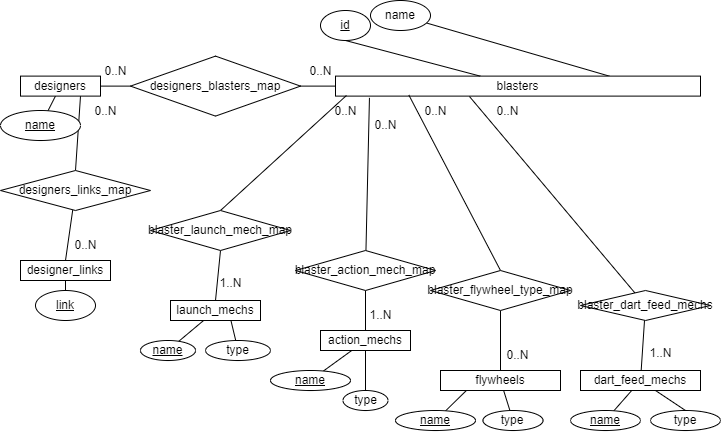
Above: docs/ERD.drawio.png in SabreBirdOne/BlasterBrowser (draw.io), before the change. Source tidied: cells renumbered, new cells last; positions are measured from the earlier drawing's top-left corner, leaving out a move shared by most shapes.
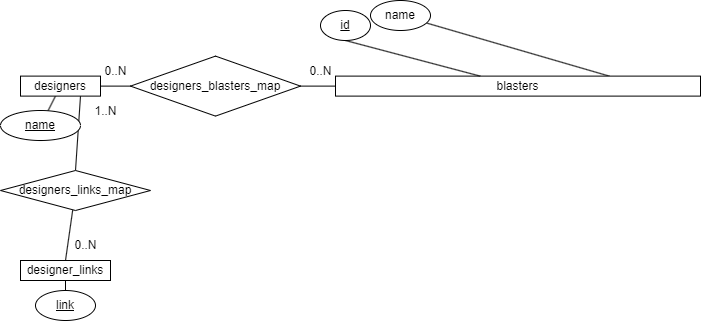
After the commit.

What changed in the source:
```diff
@@ -65,128 +65,8 @@
     <mxCell id="22" value="0..N" style="text;html=1;align=center;verticalAlign=middle;strokeColor=none;fillColor=none;" parent="1" vertex="1">
       <mxGeometry x="60" y="230" width="50" height="30" as="geometry" />
     </mxCell>
-    <mxCell id="23" value="0..N" style="text;html=1;align=center;verticalAlign=middle;strokeColor=none;fillColor=none;" parent="1" vertex="1">
+    <mxCell id="23" value="1..N" style="text;html=1;align=center;verticalAlign=middle;strokeColor=none;fillColor=none;" parent="1" vertex="1">
       <mxGeometry x="80" y="95.6" width="50" height="30" as="geometry" />
     </mxCell>
-    <mxCell id="24" style="rounded=0;jettySize=auto;html=1;endArrow=none;endFill=0;exitX=0.67;exitY=0.971;exitDx=0;exitDy=0;exitPerimeter=0;" parent="1" edge="1" source="26" target="27">
-      <mxGeometry relative="1" as="geometry" />
-    </mxCell>
-    <mxCell id="25" style="rounded=0;jettySize=auto;html=1;endArrow=none;endFill=0;" parent="1" edge="1" source="26" target="51">
-      <mxGeometry relative="1" as="geometry" />
-    </mxCell>
-    <mxCell id="26" value="launch_mechs" style="whiteSpace=wrap;html=1;" parent="1" vertex="1">
-      <mxGeometry x="170" y="300" width="90" height="20" as="geometry" />
-    </mxCell>
-    <mxCell id="27" value="type" style="ellipse;whiteSpace=wrap;html=1;" parent="1" vertex="1">
-      <mxGeometry x="205" y="340" width="65" height="20" as="geometry" />
-    </mxCell>
-    <mxCell id="28" style="rounded=0;jettySize=auto;html=1;entryX=0.5;entryY=0;entryDx=0;entryDy=0;endArrow=none;endFill=0;exitX=0.5;exitY=1;exitDx=0;exitDy=0;" parent="1" edge="1" source="30" target="26">
-      <mxGeometry relative="1" as="geometry" />
-    </mxCell>
-    <mxCell id="29" style="rounded=0;jettySize=auto;html=1;entryX=0.03;entryY=0.969;entryDx=0;entryDy=0;entryPerimeter=0;endArrow=none;endFill=0;exitX=0.5;exitY=0;exitDx=0;exitDy=0;" parent="1" edge="1" source="30" target="10">
-      <mxGeometry relative="1" as="geometry" />
-    </mxCell>
-    <mxCell id="30" value="blaster_launch_mech_map" style="rhombus;whiteSpace=wrap;html=1;" parent="1" vertex="1">
-      <mxGeometry x="150" y="210" width="140" height="40" as="geometry" />
-    </mxCell>
-    <mxCell id="31" style="rounded=0;jettySize=auto;html=1;endArrow=none;endFill=0;" parent="1" edge="1" source="33" target="34">
-      <mxGeometry relative="1" as="geometry" />
-    </mxCell>
-    <mxCell id="32" style="rounded=0;jettySize=auto;html=1;endArrow=none;endFill=0;" parent="1" edge="1" source="33" target="52">
-      <mxGeometry relative="1" as="geometry" />
-    </mxCell>
-    <mxCell id="33" value="action_mechs" style="whiteSpace=wrap;html=1;" parent="1" vertex="1">
-      <mxGeometry x="320" y="330" width="90" height="20" as="geometry" />
-    </mxCell>
-    <mxCell id="34" value="&lt;u&gt;name&lt;/u&gt;" style="ellipse;whiteSpace=wrap;html=1;" parent="1" vertex="1">
-      <mxGeometry x="270" y="370" width="80" height="20" as="geometry" />
-    </mxCell>
-    <mxCell id="35" value="1..N" style="text;html=1;align=center;verticalAlign=middle;strokeColor=none;fillColor=none;" parent="1" vertex="1">
-      <mxGeometry x="205" y="268" width="50" height="30" as="geometry" />
-    </mxCell>
-    <mxCell id="36" value="0..N" style="text;html=1;align=center;verticalAlign=middle;strokeColor=none;fillColor=none;" parent="1" vertex="1">
-      <mxGeometry x="320" y="95.6" width="50" height="30" as="geometry" />
-    </mxCell>
-    <mxCell id="37" style="rounded=0;jettySize=auto;html=1;entryX=0.5;entryY=0;entryDx=0;entryDy=0;endArrow=none;endFill=0;" parent="1" edge="1" source="39" target="33">
-      <mxGeometry relative="1" as="geometry" />
-    </mxCell>
-    <mxCell id="38" style="rounded=0;jettySize=auto;html=1;endArrow=none;endFill=0;entryX=0.093;entryY=1.087;entryDx=0;entryDy=0;entryPerimeter=0;" parent="1" edge="1" source="39" target="10">
-      <mxGeometry relative="1" as="geometry" />
-    </mxCell>
-    <mxCell id="39" value="blaster_action_mech_map" style="rhombus;whiteSpace=wrap;html=1;" parent="1" vertex="1">
-      <mxGeometry x="295" y="250" width="140" height="40" as="geometry" />
-    </mxCell>
-    <mxCell id="40" value="1..N" style="text;html=1;align=center;verticalAlign=middle;strokeColor=none;fillColor=none;" parent="1" vertex="1">
-      <mxGeometry x="355" y="300" width="50" height="30" as="geometry" />
-    </mxCell>
-    <mxCell id="41" value="0..N" style="text;html=1;align=center;verticalAlign=middle;strokeColor=none;fillColor=none;" parent="1" vertex="1">
-      <mxGeometry x="360" y="110" width="50" height="30" as="geometry" />
-    </mxCell>
-    <mxCell id="42" style="rounded=0;jettySize=auto;html=1;endArrow=none;endFill=0;exitX=0.212;exitY=1.022;exitDx=0;exitDy=0;exitPerimeter=0;" parent="1" edge="1" source="45" target="46">
-      <mxGeometry relative="1" as="geometry" />
-    </mxCell>
-    <mxCell id="43" style="rounded=0;jettySize=auto;html=1;entryX=0.5;entryY=1;entryDx=0;entryDy=0;endArrow=none;endFill=0;" parent="1" edge="1" source="45" target="48">
-      <mxGeometry relative="1" as="geometry" />
-    </mxCell>
-    <mxCell id="44" style="rounded=0;jettySize=auto;html=1;endArrow=none;endFill=0;" parent="1" edge="1" source="45" target="53">
-      <mxGeometry relative="1" as="geometry" />
-    </mxCell>
-    <mxCell id="45" value="flywheels" style="whiteSpace=wrap;html=1;" parent="1" vertex="1">
-      <mxGeometry x="440" y="370" width="120" height="20" as="geometry" />
-    </mxCell>
-    <mxCell id="46" value="&lt;u&gt;name&lt;/u&gt;" style="ellipse;whiteSpace=wrap;html=1;" parent="1" vertex="1">
-      <mxGeometry x="395" y="410" width="80" height="20" as="geometry" />
-    </mxCell>
-    <mxCell id="47" style="rounded=0;jettySize=auto;html=1;entryX=0.201;entryY=0.949;entryDx=0;entryDy=0;entryPerimeter=0;endArrow=none;endFill=0;exitX=0.5;exitY=0;exitDx=0;exitDy=0;" parent="1" edge="1" source="48" target="10">
-      <mxGeometry relative="1" as="geometry" />
-    </mxCell>
-    <mxCell id="48" value="blaster_flywheel_type_map" style="rhombus;whiteSpace=wrap;html=1;" parent="1" vertex="1">
-      <mxGeometry x="430" y="270" width="140" height="40" as="geometry" />
-    </mxCell>
-    <mxCell id="49" value="0..N" style="text;html=1;align=center;verticalAlign=middle;strokeColor=none;fillColor=none;" parent="1" vertex="1">
-      <mxGeometry x="410" y="95.6" width="50" height="30" as="geometry" />
-    </mxCell>
-    <mxCell id="50" value="0..N" style="text;html=1;align=center;verticalAlign=middle;strokeColor=none;fillColor=none;" parent="1" vertex="1">
-      <mxGeometry x="492.5" y="340" width="50" height="30" as="geometry" />
-    </mxCell>
-    <mxCell id="51" value="&lt;u&gt;name&lt;/u&gt;" style="ellipse;whiteSpace=wrap;html=1;" parent="1" vertex="1">
-      <mxGeometry x="140" y="340" width="55" height="20" as="geometry" />
-    </mxCell>
-    <mxCell id="52" value="type" style="ellipse;whiteSpace=wrap;html=1;" parent="1" vertex="1">
-      <mxGeometry x="342.5" y="390" width="45" height="20" as="geometry" />
-    </mxCell>
-    <mxCell id="53" value="type" style="ellipse;whiteSpace=wrap;html=1;" parent="1" vertex="1">
-      <mxGeometry x="482.5" y="410" width="60" height="20" as="geometry" />
-    </mxCell>
-    <mxCell id="54" style="rounded=0;jettySize=auto;html=1;endArrow=none;endFill=0;" parent="1" edge="1" source="57" target="58">
-      <mxGeometry relative="1" as="geometry" />
-    </mxCell>
-    <mxCell id="55" style="rounded=0;jettySize=auto;html=1;endArrow=none;endFill=0;entryX=0.5;entryY=0;entryDx=0;entryDy=0;" parent="1" edge="1" source="57" target="59">
-      <mxGeometry relative="1" as="geometry" />
-    </mxCell>
-    <mxCell id="56" style="rounded=0;jettySize=auto;html=1;endArrow=none;endFill=0;" parent="1" edge="1" source="57" target="61">
-      <mxGeometry relative="1" as="geometry" />
-    </mxCell>
-    <mxCell id="57" value="dart_feed_mechs" style="whiteSpace=wrap;html=1;" parent="1" vertex="1">
-      <mxGeometry x="580" y="370" width="120" height="20" as="geometry" />
-    </mxCell>
-    <mxCell id="58" value="&lt;u&gt;name&lt;/u&gt;" style="ellipse;whiteSpace=wrap;html=1;" parent="1" vertex="1">
-      <mxGeometry x="570" y="410" width="70" height="20" as="geometry" />
-    </mxCell>
-    <mxCell id="59" value="type" style="ellipse;whiteSpace=wrap;html=1;" parent="1" vertex="1">
-      <mxGeometry x="650" y="410" width="70" height="20" as="geometry" />
-    </mxCell>
-    <mxCell id="60" style="rounded=0;jettySize=auto;html=1;entryX=0.367;entryY=1.018;entryDx=0;entryDy=0;entryPerimeter=0;endArrow=none;endFill=0;" parent="1" edge="1" source="61" target="10">
-      <mxGeometry relative="1" as="geometry" />
-    </mxCell>
-    <mxCell id="61" value="blaster_dart_feed_mechs" style="rhombus;whiteSpace=wrap;html=1;" parent="1" vertex="1">
-      <mxGeometry x="580" y="290" width="130" height="30" as="geometry" />
-    </mxCell>
-    <mxCell id="62" value="1..N" style="text;html=1;align=center;verticalAlign=middle;strokeColor=none;fillColor=none;" parent="1" vertex="1">
-      <mxGeometry x="635" y="338" width="50" height="30" as="geometry" />
-    </mxCell>
-    <mxCell id="63" value="0..N" style="text;html=1;align=center;verticalAlign=middle;strokeColor=none;fillColor=none;" parent="1" vertex="1">
-      <mxGeometry x="482.5" y="95.6" width="50" height="30" as="geometry" />
-    </mxCell>
   </root>
 </mxGraphModel>
```
